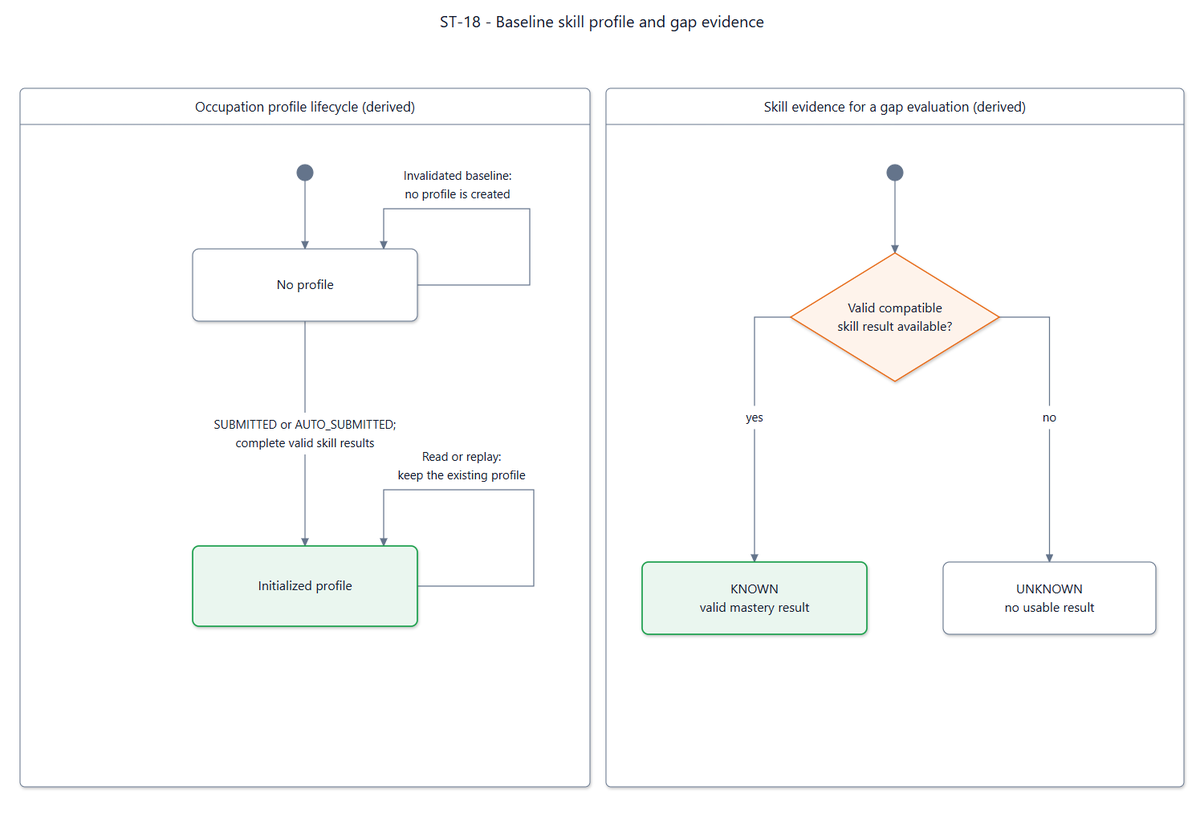
The Mermaid diagram documents/diagrams/mermaid/st-18.png in SEP490-Fall-2026-GFA26SE64/SEP490, before a commit. Its source is kept beside it as documents/diagrams/mermaid/st-18.mmd.
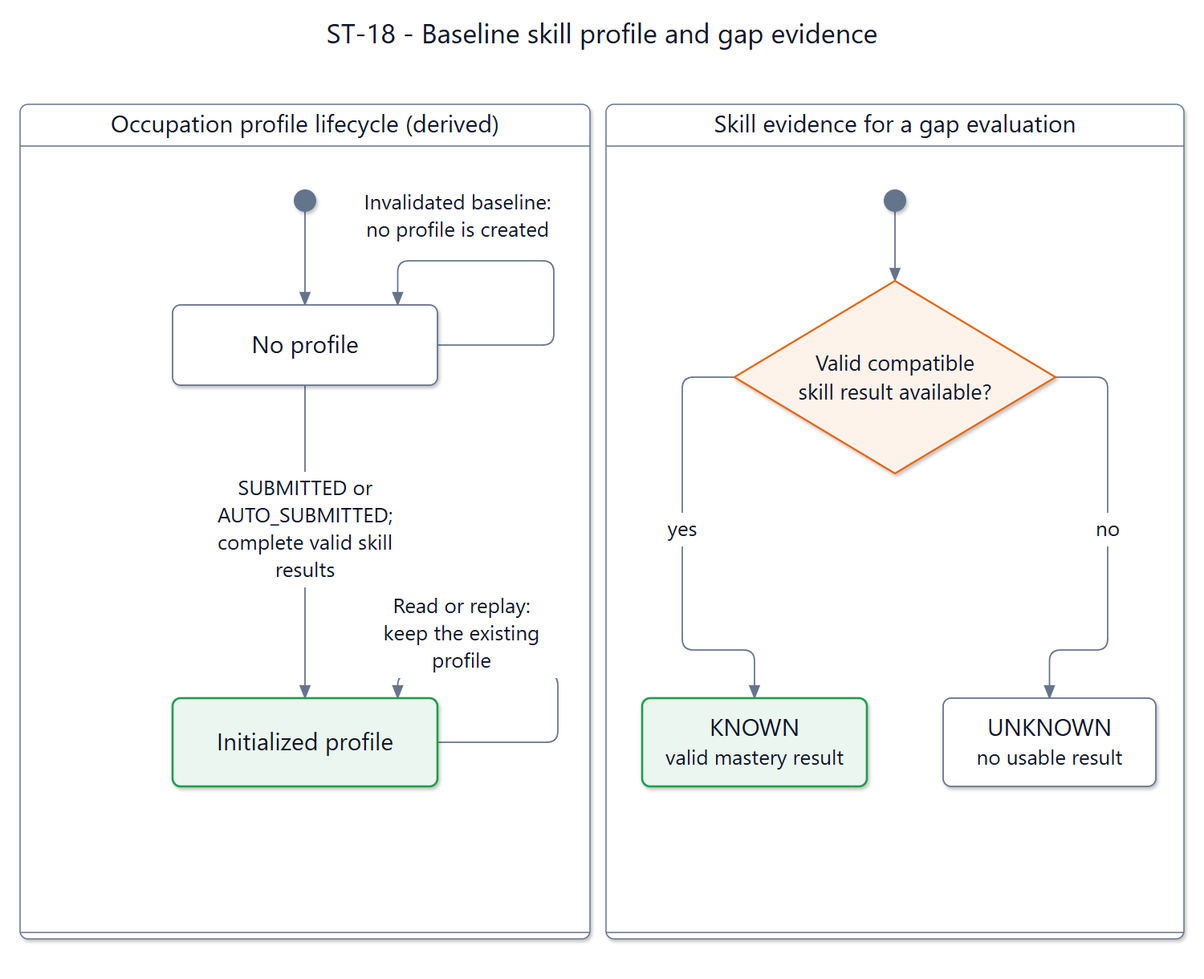
The same diagram one commit later.

Change to the diagram source:
```diff
@@ -1,32 +1,26 @@
 ---
-title: "ST-18 - Competency profile and evidence lifecycle"
+title: "ST-18 - Baseline skill profile and gap evidence"
 config: {"theme":"base","fontFamily":"Segoe UI, Arial, sans-serif","themeVariables":{"fontFamily":"Segoe UI, Arial, sans-serif","fontSize":"16px","primaryColor":"#ffffff","primaryTextColor":"#0f1729","primaryBorderColor":"#64748b","secondaryColor":"#fef3eb","tertiaryColor":"#ffffff","lineColor":"#64748b","textColor":"#0f1729","mainBkg":"#ffffff","background":"#ffffff","clusterBkg":"#ffffff","clusterBorder":"#64748b","edgeLabelBackground":"#ffffff","titleColor":"#0f1729","noteBkgColor":"#fef3eb","noteTextColor":"#0f1729","noteBorderColor":"#e6650f","labelColor":"#0f1729","compositeBackground":"#ffffff","compositeTitleBackground":"#ffffff","compositeBorder":"#64748b","altBackground":"#ffffff","nodeBorder":"#64748b","nodeTextColor":"#0f1729","cScale0":"#ffffff","cScaleLabel0":"#0f1729","cScale1":"#ffffff","cScaleLabel1":"#0f1729","cScale2":"#ffffff","cScaleLabel2":"#0f1729","cScale3":"#ffffff","cScaleLabel3":"#0f1729","cScale4":"#ffffff","cScaleLabel4":"#0f1729","cScale5":"#ffffff","cScaleLabel5":"#0f1729","cScale6":"#ffffff","cScaleLabel6":"#0f1729","cScale7":"#ffffff","cScaleLabel7":"#0f1729","cScale8":"#ffffff","cScaleLabel8":"#0f1729","cScale9":"#ffffff","cScaleLabel9":"#0f1729","cScale10":"#ffffff","cScaleLabel10":"#0f1729","cScale11":"#ffffff","cScaleLabel11":"#0f1729","secondaryBorderColor":"#64748b","tertiaryBorderColor":"#64748b","secondaryTextColor":"#0f1729","tertiaryTextColor":"#0f1729"},"state":{"nodeSpacing":42,"rankSpacing":64,"padding":16,"fontSize":16,"wrappingWidth":250}}
 ---
 stateDiagram-v2
-  state "Profile revision (physical<br/>foundation)" as SDD_ST_18_Profile {
-    state "PENDING" as SDD_ST_18_PENDING
-    state "COMPLETE" as SDD_ST_18_COMPLETE
-    state "BLOCKED" as SDD_ST_18_BLOCKED
-    [*] --> SDD_ST_18_PENDING
-    SDD_ST_18_PENDING --> SDD_ST_18_COMPLETE : coherent valid evidence/model application
-    SDD_ST_18_PENDING --> SDD_ST_18_BLOCKED : unresolved required input
-    SDD_ST_18_BLOCKED --> SDD_ST_18_PENDING : approved retry with source identity
+  state "Occupation profile lifecycle (derived)" as Group0 {
+    state "No profile" as noProfile
+    state "Initialized profile" as profileReady
+    [*] --> noProfile
+    noProfile --> noProfile : Invalidated baseline: no profile is created
+    noProfile --> profileReady : SUBMITTED or AUTO_SUBMITTED; complete valid skill results
+    profileReady --> profileReady : Read or replay: keep the existing profile
   }
-  state "Skill evidence quality" as SDD_ST_18_Evidence {
-    state "UNKNOWN" as SDD_ST_18_UNKNOWN
-    state "PROVISIONAL" as SDD_ST_18_PROVISIONAL
-    state "OBJECTIVE" as SDD_ST_18_OBJECTIVE
-    [*] --> SDD_ST_18_UNKNOWN
-    SDD_ST_18_UNKNOWN --> SDD_ST_18_PROVISIONAL : permitted provisional evidence
-    SDD_ST_18_UNKNOWN --> SDD_ST_18_OBJECTIVE : accepted objective evidence
-    SDD_ST_18_PROVISIONAL --> SDD_ST_18_OBJECTIVE : accepted objective evidence
+  state "Skill evidence for a gap evaluation" as Group1 {
+    state "KNOWN<br/>valid mastery result" as known
+    state "UNKNOWN<br/>no usable result" as unknown
+    state evidenceCheck <<choice>>
+    [*] --> evidenceCheck
+    evidenceCheck --> known : yes
+    evidenceCheck --> unknown : no
   }
-
   classDef accepted fill:#eaf6ef,stroke:#1a9e4a,color:#0f1729,stroke-width:1.5px
-  class SDD_ST_18_COMPLETE accepted
-
   classDef attention fill:#fdf2f2,stroke:#dc2828,color:#0f1729,stroke-width:1.5px
-  class SDD_ST_18_BLOCKED attention
-
   classDef working fill:#fef3eb,stroke:#e6650f,color:#0f1729,stroke-width:1.5px
-  class SDD_ST_18_PENDING working
+  class profileReady accepted
+  class known accepted
```
